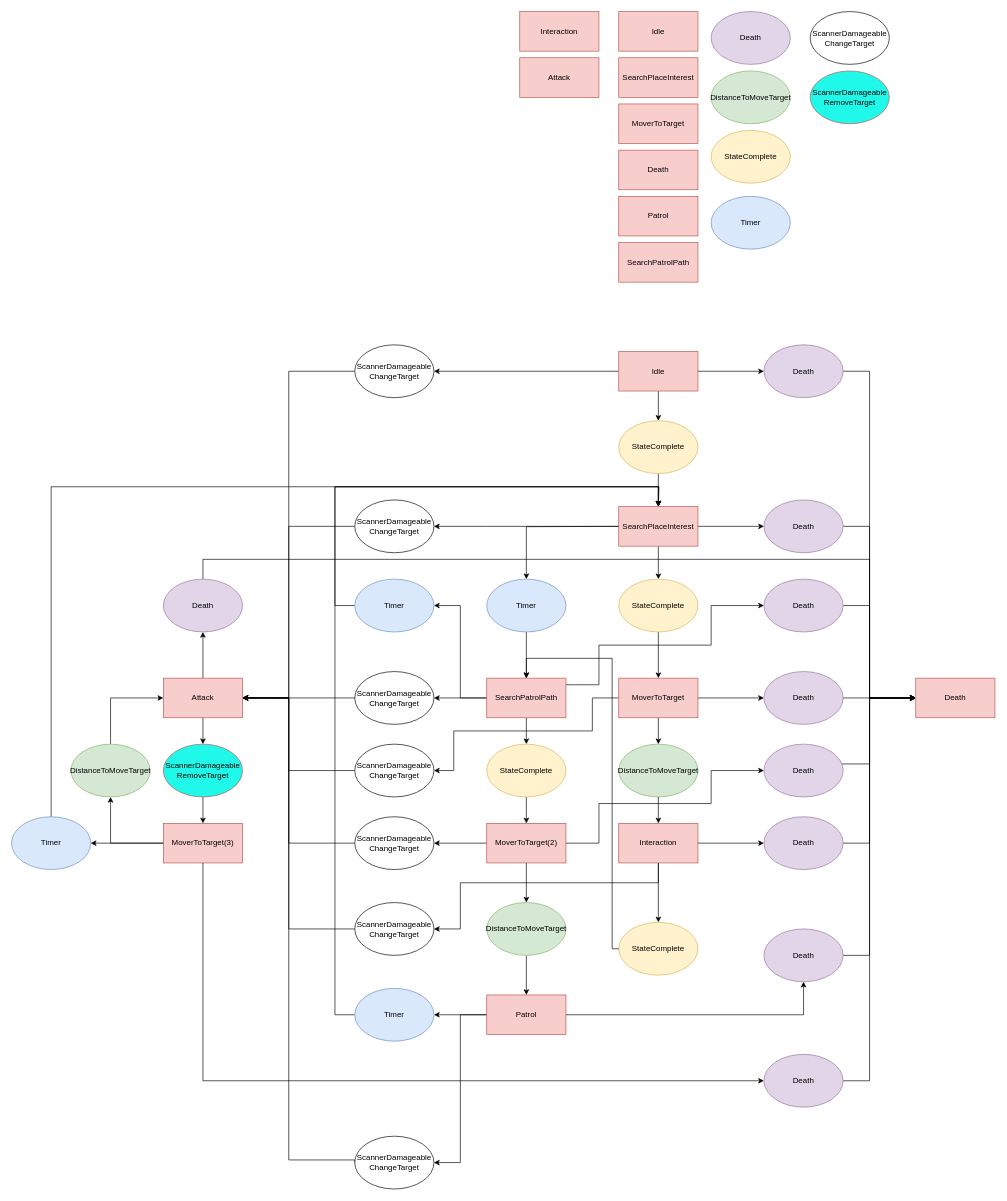
Before: Assets/Prefabs/StateMachine/StateMachine.drawio in PraxRen/VirusSpaceMan, a draw.io diagram. Source tidied: cells renumbered, new cells numbered last; positions are measured from the earlier drawing's top-left corner, leaving out a move shared by most shapes. Both pictures are drawn from the tidied source at 66%, with x=0, y=0 at pixel (11, 11).
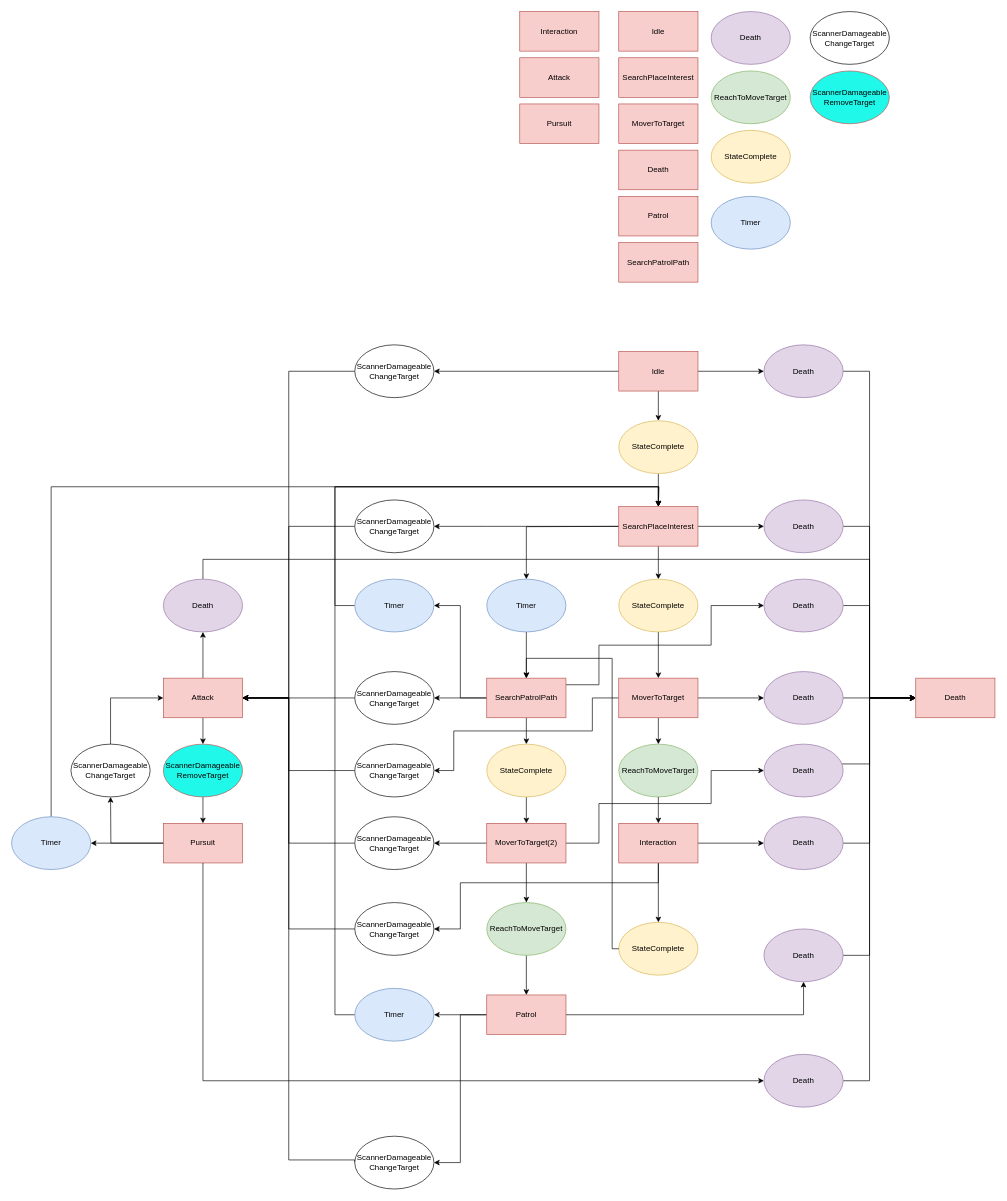
The same diagram, later.

The change refers to these unchanged cells:
```xml
<mxCell id="80" value="Attack" style="rounded=0;whiteSpace=wrap;html=1;fillColor=#f8cecc;strokeColor=#b85450;" parent="1" vertex="1">
  <mxGeometry x="230" y="1010" width="120" height="60" as="geometry" />
</mxCell>
```

Diff of the diagram source:
```diff
@@
-    <mxCell id="9" value="DistanceToMoveTarget" style="ellipse;whiteSpace=wrap;html=1;fillColor=#d5e8d4;strokeColor=#82b366;" parent="1" vertex="1">
+    <mxCell id="9" value="ReachToMoveTarget" style="ellipse;whiteSpace=wrap;html=1;fillColor=#d5e8d4;strokeColor=#82b366;" parent="1" vertex="1">
       <mxGeometry x="1060" y="90" width="120" height="80" as="geometry" />
     </mxCell>
@@
-    <mxCell id="57" value="DistanceToMoveTarget" style="ellipse;whiteSpace=wrap;html=1;fillColor=#d5e8d4;strokeColor=#82b366;" parent="1" vertex="1">
+    <mxCell id="57" value="ReachToMoveTarget" style="ellipse;whiteSpace=wrap;html=1;fillColor=#d5e8d4;strokeColor=#82b366;" parent="1" vertex="1">
       <mxGeometry x="920" y="1110" width="120" height="80" as="geometry" />
     </mxCell>
@@
-    <mxCell id="63" value="DistanceToMoveTarget" style="ellipse;whiteSpace=wrap;html=1;fillColor=#d5e8d4;strokeColor=#82b366;" parent="1" vertex="1">
+    <mxCell id="63" value="ReachToMoveTarget" style="ellipse;whiteSpace=wrap;html=1;fillColor=#d5e8d4;strokeColor=#82b366;" parent="1" vertex="1">
       <mxGeometry x="720" y="1350" width="120" height="80" as="geometry" />
     </mxCell>
@@
-    <mxCell id="100" style="edgeStyle=orthogonalEdgeStyle;rounded=0;jettySize=auto;html=1;exitX=0;exitY=0.5;exitDx=0;exitDy=0;" parent="1" edge="1" source="101" target="105">
-      <mxGeometry relative="1" as="geometry" />
+    <mxCell id="100" style="edgeStyle=orthogonalEdgeStyle;rounded=0;jettySize=auto;html=1;exitX=0;exitY=0.5;exitDx=0;exitDy=0;" parent="1" edge="1" source="101">
+      <mxGeometry relative="1" as="geometry">
+        <mxPoint x="150" y="1190" as="targetPoint" />
+      </mxGeometry>
     </mxCell>
-    <mxCell id="101" value="MoverToTarget(3)" style="rounded=0;whiteSpace=wrap;html=1;fillColor=#f8cecc;strokeColor=#b85450;" parent="1" vertex="1">
+    <mxCell id="101" value="Pursuit" style="rounded=0;whiteSpace=wrap;html=1;fillColor=#f8cecc;strokeColor=#b85450;" parent="1" vertex="1">
       <mxGeometry x="230" y="1230" width="120" height="60" as="geometry" />
     </mxCell>
@@
-    <mxCell id="104" style="edgeStyle=orthogonalEdgeStyle;rounded=0;jettySize=auto;html=1;exitX=0.5;exitY=0;exitDx=0;exitDy=0;entryX=0;entryY=0.5;entryDx=0;entryDy=0;" parent="1" edge="1" source="105" target="80">
-      <mxGeometry relative="1" as="geometry" />
-    </mxCell>
-    <mxCell id="105" value="DistanceToMoveTarget" style="ellipse;whiteSpace=wrap;html=1;fillColor=#d5e8d4;strokeColor=#82b366;" parent="1" vertex="1">
-      <mxGeometry x="90" y="1110" width="120" height="80" as="geometry" />
-    </mxCell>
@@
+    <mxCell id="110" value="Pursuit" style="rounded=0;whiteSpace=wrap;html=1;fillColor=#f8cecc;strokeColor=#b85450;" parent="1" vertex="1">
+      <mxGeometry x="770" y="140" width="120" height="60" as="geometry" />
+    </mxCell>
+    <mxCell id="111" style="edgeStyle=orthogonalEdgeStyle;rounded=0;jettySize=auto;html=1;entryX=0;entryY=0.5;entryDx=0;entryDy=0;" parent="1" edge="1" source="112" target="80">
+      <mxGeometry relative="1" as="geometry">
+        <Array as="points">
+          <mxPoint x="150" y="1040" />
+        </Array>
+      </mxGeometry>
+    </mxCell>
+    <mxCell id="112" value="ScannerDamageable&lt;div&gt;ChangeTarget&lt;/div&gt;" style="ellipse;whiteSpace=wrap;html=1;" parent="1" vertex="1">
+      <mxGeometry x="90" y="1110" width="120" height="80" as="geometry" />
+    </mxCell>
```
